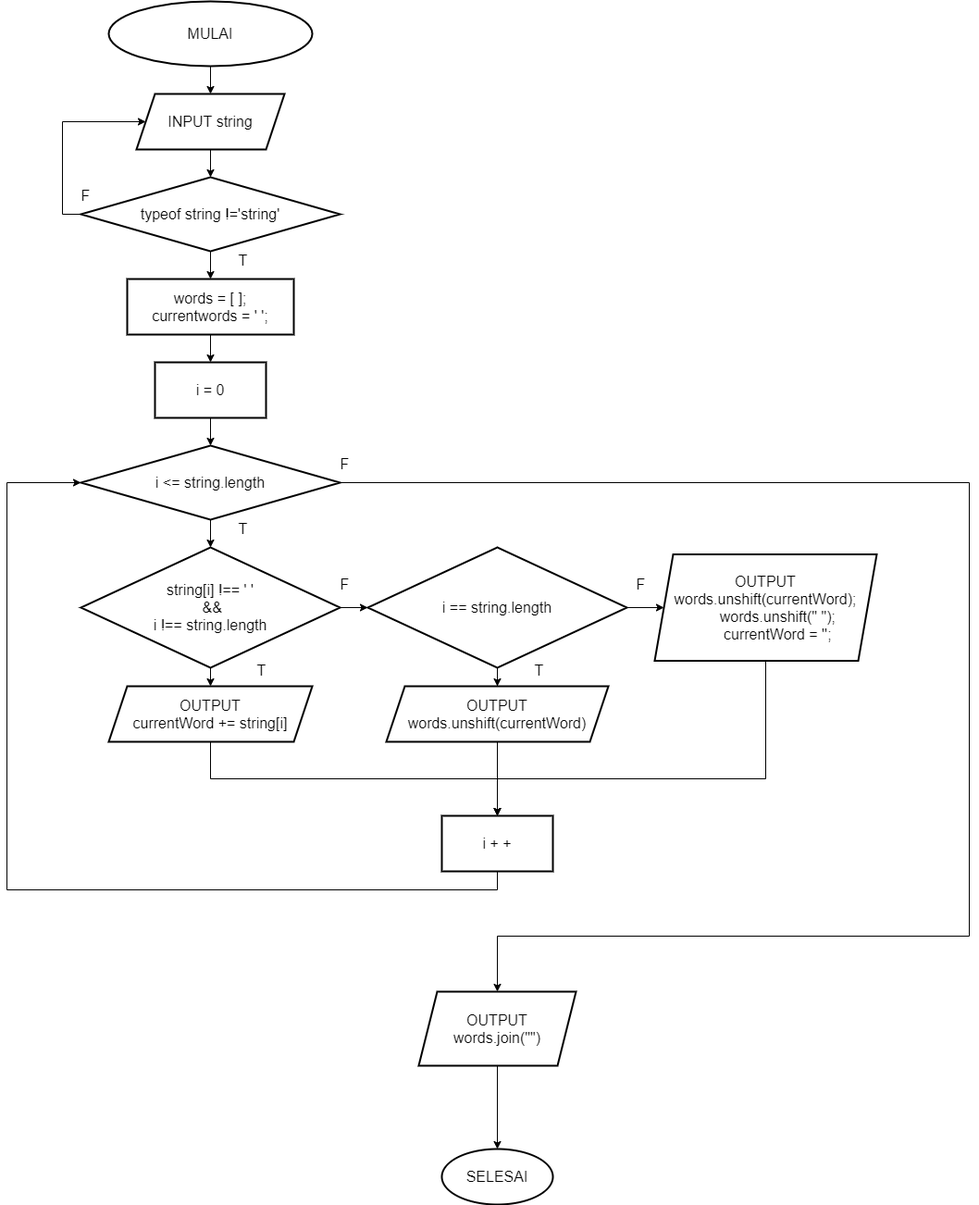
The draw.io diagram flowchart-3-reversedsentence.png in dindachyfr/algorithm-flowchart, before a commit. Source tidied: cells renumbered, new cells last; positions are measured from the earlier drawing's top-left corner, leaving out a move shared by most shapes.
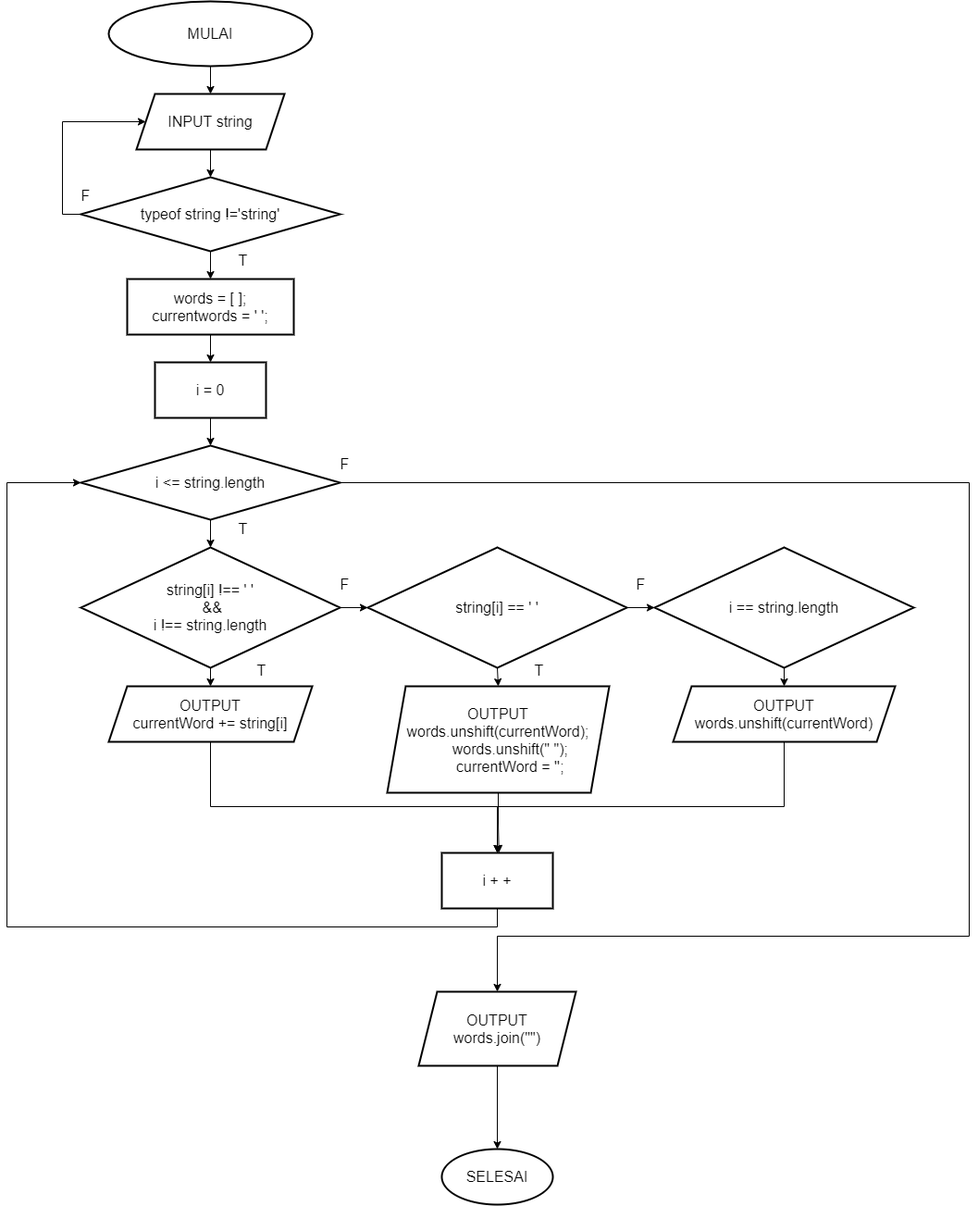
Above is the later version.

Diff of the diagram source:
```diff
@@ -55,44 +55,47 @@
     <mxCell id="15" value="i &amp;lt;= string.length" style="rhombus;whiteSpace=wrap;html=1;fontSize=16;strokeWidth=2;fillColor=default;strokeColor=default;fontColor=default;labelBackgroundColor=default;" parent="1" vertex="1">
       <mxGeometry x="80" y="480" width="280" height="80" as="geometry" />
     </mxCell>
-    <mxCell id="16" style="edgeStyle=orthogonalEdgeStyle;rounded=0;jettySize=auto;html=1;fontSize=16;fontColor=default;strokeColor=default;labelBackgroundColor=default;" parent="1" edge="1" source="18" target="21">
-      <mxGeometry relative="1" as="geometry" />
-    </mxCell>
     <mxCell id="17" style="edgeStyle=orthogonalEdgeStyle;rounded=0;jettySize=auto;html=1;exitX=0.5;exitY=1;exitDx=0;exitDy=0;entryX=0.5;entryY=0;entryDx=0;entryDy=0;labelBackgroundColor=default;fontSize=16;fontColor=default;strokeColor=default;" parent="1" edge="1" source="18" target="27">
       <mxGeometry relative="1" as="geometry" />
     </mxCell>
+    <mxCell id="41" style="edgeStyle=orthogonalEdgeStyle;rounded=0;jettySize=auto;html=1;exitX=1;exitY=0.5;exitDx=0;exitDy=0;entryX=0;entryY=0.5;entryDx=0;entryDy=0;" parent="1" edge="1" source="18" target="45">
+      <mxGeometry relative="1" as="geometry" />
+    </mxCell>
     <mxCell id="18" value="string[i] !== ' '&lt;br&gt;&amp;nbsp;&amp;amp;&amp;amp;&lt;br&gt;i !== string.length" style="rhombus;whiteSpace=wrap;html=1;fontSize=16;strokeWidth=2;fillColor=default;strokeColor=default;fontColor=default;labelBackgroundColor=default;" parent="1" vertex="1">
       <mxGeometry x="80" y="590" width="280" height="130" as="geometry" />
     </mxCell>
-    <mxCell id="19" style="edgeStyle=orthogonalEdgeStyle;rounded=0;jettySize=auto;html=1;fontSize=16;fontColor=default;strokeColor=default;labelBackgroundColor=default;" parent="1" edge="1" source="21" target="23">
+    <mxCell id="19" style="edgeStyle=orthogonalEdgeStyle;rounded=0;jettySize=auto;html=1;exitX=0.5;exitY=1;exitDx=0;exitDy=0;entryX=0.5;entryY=0;entryDx=0;entryDy=0;" parent="1" edge="1" source="21" target="23">
       <mxGeometry relative="1" as="geometry" />
     </mxCell>
-    <mxCell id="20" style="edgeStyle=orthogonalEdgeStyle;rounded=0;jettySize=auto;html=1;labelBackgroundColor=default;fontSize=16;fontColor=default;strokeColor=default;" parent="1" edge="1" source="21" target="25">
-      <mxGeometry relative="1" as="geometry" />
-    </mxCell>
     <mxCell id="21" value="i == string.length" style="rhombus;whiteSpace=wrap;html=1;fontSize=16;strokeWidth=2;fillColor=default;strokeColor=default;fontColor=default;labelBackgroundColor=default;" parent="1" vertex="1">
-      <mxGeometry x="390" y="590" width="280" height="130" as="geometry" />
+      <mxGeometry x="700" y="590" width="280" height="130" as="geometry" />
     </mxCell>
-    <mxCell id="22" style="edgeStyle=orthogonalEdgeStyle;rounded=0;jettySize=auto;html=1;labelBackgroundColor=default;fontSize=16;fontColor=default;strokeColor=default;" parent="1" edge="1" source="23" target="29">
-      <mxGeometry relative="1" as="geometry" />
+    <mxCell id="22" style="edgeStyle=orthogonalEdgeStyle;rounded=0;jettySize=auto;html=1;exitX=0.5;exitY=1;exitDx=0;exitDy=0;entryX=0.5;entryY=0;entryDx=0;entryDy=0;" parent="1" edge="1" source="23" target="29">
+      <mxGeometry relative="1" as="geometry">
+        <Array as="points">
+          <mxPoint x="840" y="870" />
+          <mxPoint x="530" y="870" />
+        </Array>
+      </mxGeometry>
     </mxCell>
     <mxCell id="23" value="OUTPUT&lt;br&gt;words.unshift(currentWord)" style="shape=parallelogram;perimeter=parallelogramPerimeter;whiteSpace=wrap;html=1;fixedSize=1;fontSize=16;strokeWidth=2;fillColor=default;strokeColor=default;fontColor=default;labelBackgroundColor=default;" parent="1" vertex="1">
-      <mxGeometry x="410" y="740" width="240" height="60" as="geometry" />
+      <mxGeometry x="720" y="740" width="240" height="60" as="geometry" />
     </mxCell>
-    <mxCell id="24" style="edgeStyle=orthogonalEdgeStyle;rounded=0;jettySize=auto;html=1;exitX=0.5;exitY=1;exitDx=0;exitDy=0;labelBackgroundColor=default;fontSize=16;fontColor=default;strokeColor=default;" parent="1" edge="1" source="25">
-      <mxGeometry relative="1" as="geometry">
-        <mxPoint x="530" y="880" as="targetPoint" />
-        <Array as="points">
-          <mxPoint x="820" y="840" />
-          <mxPoint x="530" y="840" />
-        </Array>
-      </mxGeometry>
-    </mxCell>
+    <mxCell id="42" style="edgeStyle=orthogonalEdgeStyle;rounded=0;jettySize=auto;html=1;exitX=0.5;exitY=1;exitDx=0;exitDy=0;" parent="1" edge="1" source="25">
+      <mxGeometry relative="1" as="geometry">
+        <mxPoint x="531.7" y="920" as="targetPoint" />
+      </mxGeometry>
+    </mxCell>
     <mxCell id="25" value="OUTPUT&lt;br&gt;&lt;div&gt;words.unshift(currentWord);&lt;/div&gt;&lt;div&gt;&amp;nbsp; &amp;nbsp; &amp;nbsp; words.unshift(&quot; &quot;);&lt;/div&gt;&lt;div&gt;&amp;nbsp; &amp;nbsp; &amp;nbsp; currentWord = '';&lt;/div&gt;" style="shape=parallelogram;perimeter=parallelogramPerimeter;whiteSpace=wrap;html=1;fixedSize=1;fontSize=16;strokeWidth=2;fillColor=default;strokeColor=default;fontColor=default;labelBackgroundColor=default;" parent="1" vertex="1">
-      <mxGeometry x="700" y="597.5" width="240" height="115" as="geometry" />
+      <mxGeometry x="411" y="740" width="240" height="115" as="geometry" />
     </mxCell>
-    <mxCell id="26" style="edgeStyle=orthogonalEdgeStyle;rounded=0;jettySize=auto;html=1;exitX=0.5;exitY=1;exitDx=0;exitDy=0;entryX=0.5;entryY=0;entryDx=0;entryDy=0;labelBackgroundColor=default;fontSize=16;fontColor=default;strokeColor=default;" parent="1" edge="1" source="27" target="29">
-      <mxGeometry relative="1" as="geometry" />
+    <mxCell id="26" style="edgeStyle=orthogonalEdgeStyle;rounded=0;jettySize=auto;html=1;exitX=0.5;exitY=1;exitDx=0;exitDy=0;" parent="1" edge="1" source="27" target="29">
+      <mxGeometry relative="1" as="geometry">
+        <Array as="points">
+          <mxPoint x="220" y="870" />
+          <mxPoint x="530" y="870" />
+        </Array>
+      </mxGeometry>
     </mxCell>
     <mxCell id="27" value="OUTPUT&lt;br&gt;currentWord += string[i]" style="shape=parallelogram;perimeter=parallelogramPerimeter;whiteSpace=wrap;html=1;fixedSize=1;fontSize=16;strokeWidth=2;fillColor=default;strokeColor=default;fontColor=default;labelBackgroundColor=default;" parent="1" vertex="1">
       <mxGeometry x="110" y="740" width="220" height="60" as="geometry" />
@@ -100,14 +103,14 @@
     <mxCell id="28" style="edgeStyle=orthogonalEdgeStyle;rounded=0;jettySize=auto;html=1;exitX=0.5;exitY=1;exitDx=0;exitDy=0;labelBackgroundColor=default;fontSize=16;fontColor=default;strokeColor=default;entryX=0;entryY=0.5;entryDx=0;entryDy=0;" parent="1" edge="1" source="29" target="15">
       <mxGeometry relative="1" as="geometry">
         <Array as="points">
-          <mxPoint x="530" y="960" />
-          <mxPoint y="960" />
+          <mxPoint x="530" y="1000" />
+          <mxPoint y="1000" />
           <mxPoint y="520" />
         </Array>
       </mxGeometry>
     </mxCell>
     <mxCell id="29" value="i + +" style="whiteSpace=wrap;html=1;fontSize=16;strokeWidth=2;labelBackgroundColor=default;strokeColor=default;fontColor=default;" parent="1" vertex="1">
-      <mxGeometry x="470" y="880" width="120" height="60" as="geometry" />
+      <mxGeometry x="470" y="920" width="120" height="60" as="geometry" />
     </mxCell>
     <mxCell id="30" style="edgeStyle=orthogonalEdgeStyle;rounded=0;jettySize=auto;html=1;labelBackgroundColor=default;fontSize=16;fontColor=default;strokeColor=default;" parent="1" edge="1" source="31" target="32">
       <mxGeometry relative="1" as="geometry" />
@@ -142,5 +145,14 @@
     <mxCell id="40" value="F" style="text;html=1;align=center;verticalAlign=middle;fillColor=none;strokeColor=none;rounded=0;labelBackgroundColor=default;fontSize=16;fontColor=default;" parent="1" vertex="1">
       <mxGeometry x="350" y="490" width="30" height="20" as="geometry" />
     </mxCell>
+    <mxCell id="43" style="edgeStyle=orthogonalEdgeStyle;rounded=0;jettySize=auto;html=1;exitX=1;exitY=0.5;exitDx=0;exitDy=0;entryX=0;entryY=0.5;entryDx=0;entryDy=0;" parent="1" edge="1" source="45" target="21">
+      <mxGeometry relative="1" as="geometry" />
+    </mxCell>
+    <mxCell id="44" style="edgeStyle=orthogonalEdgeStyle;rounded=0;jettySize=auto;html=1;exitX=0.5;exitY=1;exitDx=0;exitDy=0;entryX=0.5;entryY=0;entryDx=0;entryDy=0;" parent="1" edge="1" source="45" target="25">
+      <mxGeometry relative="1" as="geometry" />
+    </mxCell>
+    <mxCell id="45" value="string[i] == ' '" style="rhombus;whiteSpace=wrap;html=1;fontSize=16;strokeWidth=2;fillColor=default;strokeColor=default;fontColor=default;labelBackgroundColor=default;" parent="1" vertex="1">
+      <mxGeometry x="390" y="590" width="280" height="130" as="geometry" />
+    </mxCell>
   </root>
 </mxGraphModel>
```
